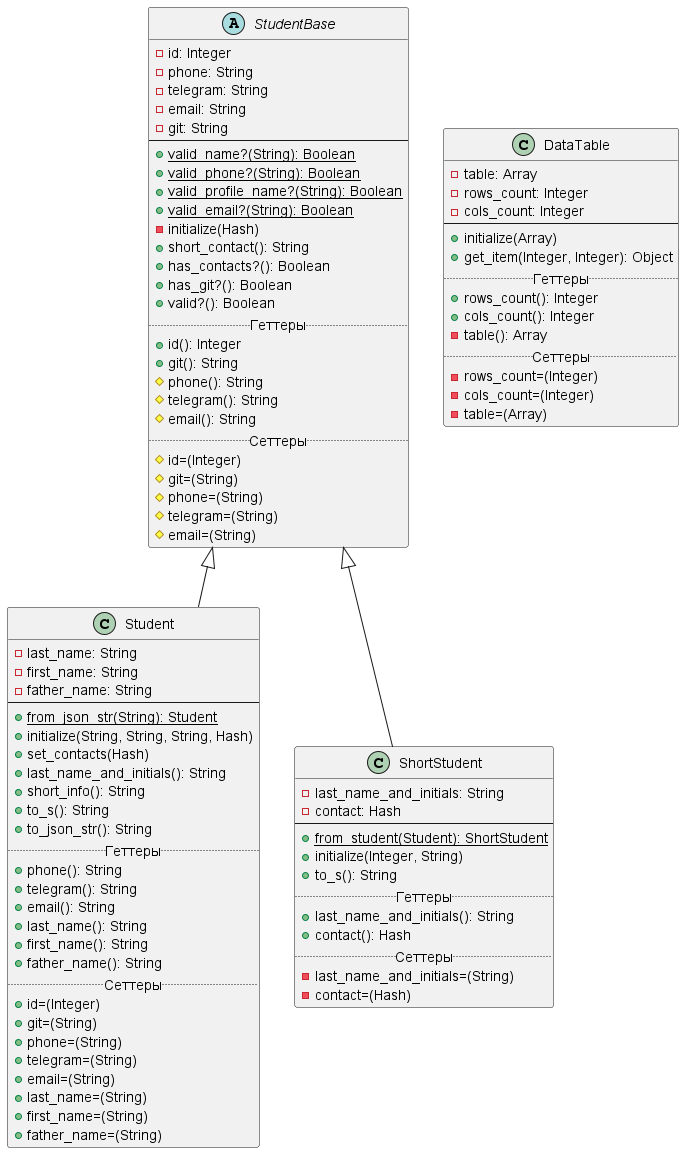
Before: Diagrams/lab2.png, a diagram exported from PlantUML (r1411/PatternsLabs).
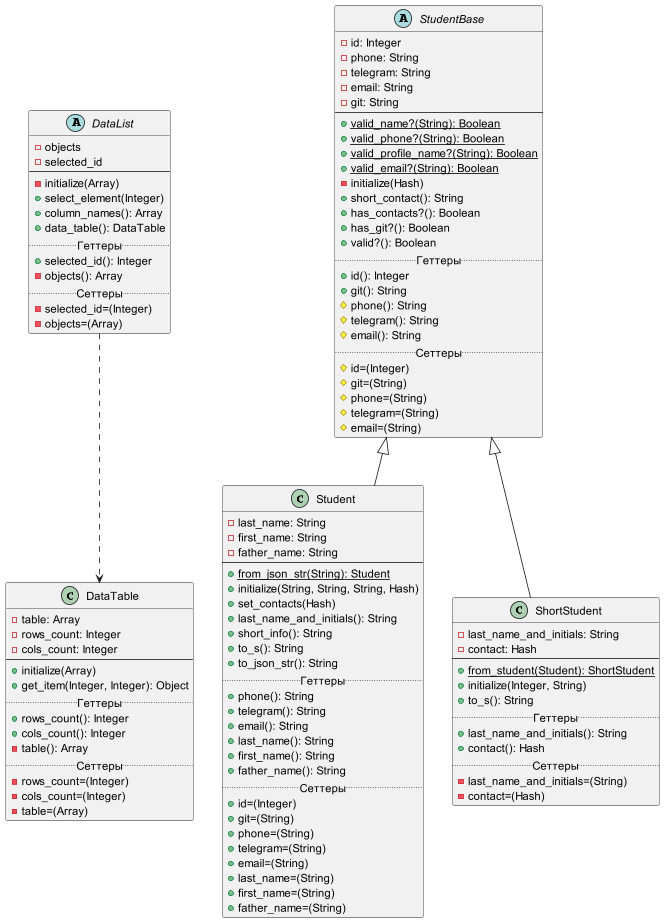
The same file after the commit.

Commit message:
Класс DataList (Лаб 2, Задание 3.3, 3.4)

The edit, as a diff of the source:
```diff
@@ -1,4 +1,6 @@
 @startuml
+
+DataList ..> DataTable
 
 abstract class StudentBase {
     -id: Integer
@@ -92,4 +94,20 @@
     -table=(Array)
 }
 
+abstract class DataList {
+    -objects
+    -selected_id
+    --
+    -initialize(Array)
+    +select_element(Integer)
+    +column_names(): Array
+    +data_table(): DataTable
+    .. Геттеры ..
+    +selected_id(): Integer
+    -objects(): Array
+    .. Сеттеры ..
+    -selected_id=(Integer)
+    -objects=(Array)
+}
+
 @enduml
```
